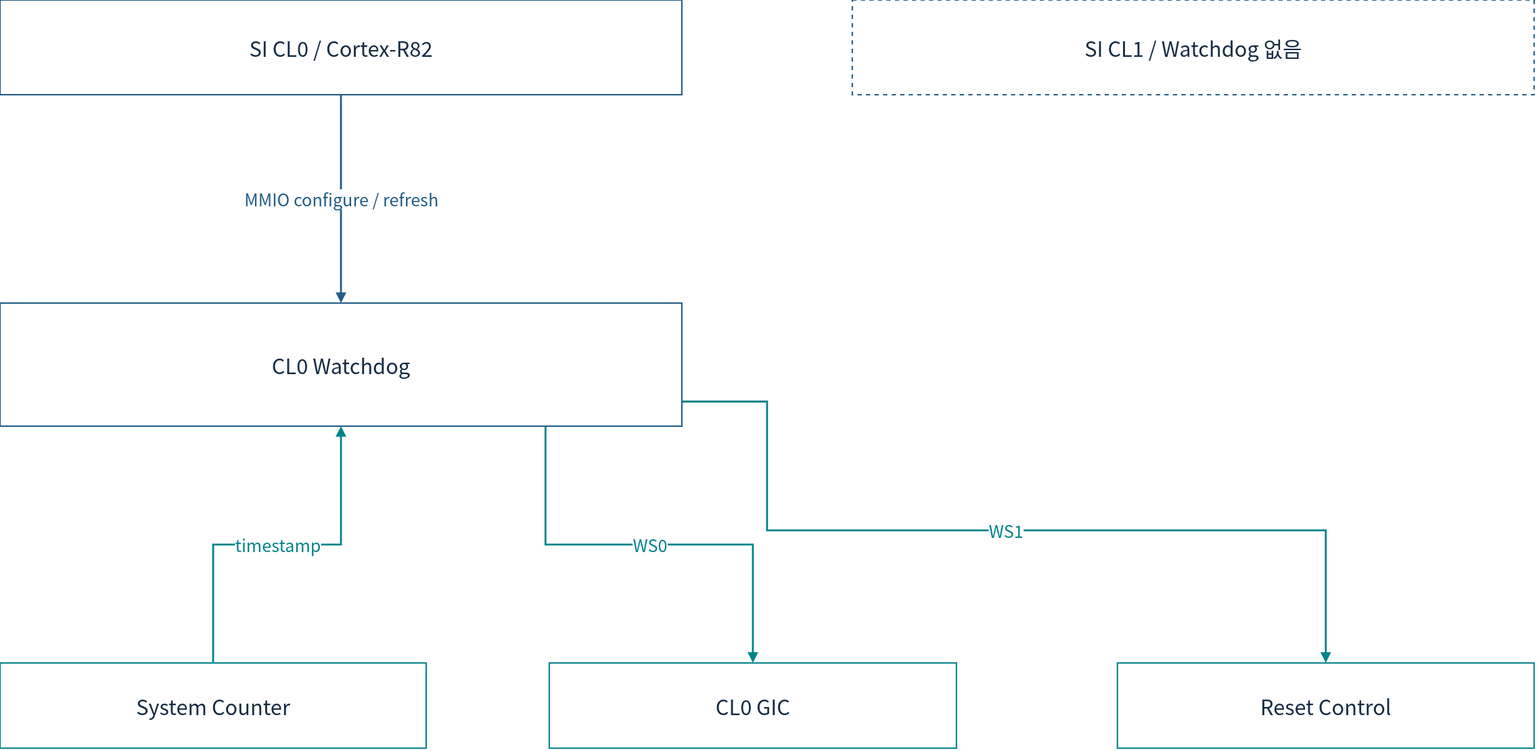
Above: doc/phase1/watchdog/diagrams/01b-si-hardware.drawio.svg in cometzero/project-apollo (draw.io), before the change. Source tidied: cells renumbered, new cells last; positions are measured from the earlier drawing's top-left corner, leaving out a move shared by most shapes.
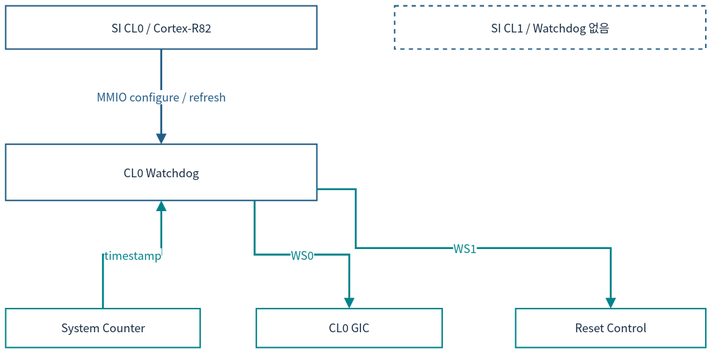
Above is the later version.

What changed in the source:
```diff
@@ -2,38 +2,38 @@
   <root>
     <mxCell id="0" />
     <mxCell id="1" parent="0" />
-    <mxCell id="2" value="SI CL0 / Cortex-R82" style="rounded=0;whiteSpace=wrap;html=1;fillColor=#FFFFFF;strokeColor=#235D86;strokeWidth=1.5;fontColor=#172C43;fontFamily=Noto Sans CJK KR;fontSize=22;spacing=10;" parent="1" vertex="1">
-      <mxGeometry width="720" height="100" as="geometry" />
+    <mxCell id="2" value="SI CL0 / Cortex-R82" style="rounded=0;whiteSpace=wrap;html=1;fillColor=#FFFFFF;strokeColor=#235D86;strokeWidth=1.5;fontColor=#172C43;fontFamily=Noto Sans CJK KR;fontSize=12;spacing=3;whiteSpace=wrap;" parent="1" vertex="1">
+      <mxGeometry x="-78" y="-148" width="328.9" height="45.7" as="geometry" />
     </mxCell>
-    <mxCell id="3" value="SI CL1 / Watchdog 없음" style="rounded=0;whiteSpace=wrap;html=1;fillColor=#FFFFFF;strokeColor=#235D86;strokeWidth=1.5;fontColor=#172C43;fontFamily=Noto Sans CJK KR;fontSize=22;spacing=10;dashed=1;" parent="1" vertex="1">
-      <mxGeometry x="900" width="720" height="100" as="geometry" />
+    <mxCell id="3" value="SI CL1 / Watchdog 없음" style="rounded=0;whiteSpace=wrap;html=1;fillColor=#FFFFFF;strokeColor=#235D86;strokeWidth=1.5;fontColor=#172C43;fontFamily=Noto Sans CJK KR;dashed=1;fontSize=12;spacing=3;whiteSpace=wrap;" parent="1" vertex="1">
+      <mxGeometry x="333.1" y="-148" width="328.9" height="45.7" as="geometry" />
     </mxCell>
-    <mxCell id="4" value="CL0 Watchdog" style="rounded=0;whiteSpace=wrap;html=1;fillColor=#FFFFFF;strokeColor=#235D86;strokeWidth=1.5;fontColor=#172C43;fontFamily=Noto Sans CJK KR;fontSize=22;spacing=10;" parent="1" vertex="1">
-      <mxGeometry y="320" width="720" height="130" as="geometry" />
+    <mxCell id="4" value="CL0 Watchdog" style="rounded=0;whiteSpace=wrap;html=1;fillColor=#FFFFFF;strokeColor=#235D86;strokeWidth=1.5;fontColor=#172C43;fontFamily=Noto Sans CJK KR;fontSize=12;spacing=3;whiteSpace=wrap;" parent="1" vertex="1">
+      <mxGeometry x="-78" y="-1.8" width="328.9" height="59.4" as="geometry" />
     </mxCell>
-    <mxCell id="5" value="System Counter" style="rounded=0;whiteSpace=wrap;html=1;fillColor=#FFFFFF;strokeColor=#00838A;strokeWidth=1.5;fontColor=#172C43;fontFamily=Noto Sans CJK KR;fontSize=22;spacing=10;" parent="1" vertex="1">
-      <mxGeometry y="700" width="450" height="90" as="geometry" />
+    <mxCell id="5" value="System Counter" style="rounded=0;whiteSpace=wrap;html=1;fillColor=#FFFFFF;strokeColor=#00838A;strokeWidth=1.5;fontColor=#172C43;fontFamily=Noto Sans CJK KR;fontSize=12;spacing=3;whiteSpace=wrap;" parent="1" vertex="1">
+      <mxGeometry x="-78" y="171.8" width="205.6" height="41.1" as="geometry" />
     </mxCell>
-    <mxCell id="6" value="CL0 GIC" style="rounded=0;whiteSpace=wrap;html=1;fillColor=#FFFFFF;strokeColor=#00838A;strokeWidth=1.5;fontColor=#172C43;fontFamily=Noto Sans CJK KR;fontSize=22;spacing=10;" parent="1" vertex="1">
-      <mxGeometry x="580" y="700" width="430" height="90" as="geometry" />
+    <mxCell id="6" value="CL0 GIC" style="rounded=0;whiteSpace=wrap;html=1;fillColor=#FFFFFF;strokeColor=#00838A;strokeWidth=1.5;fontColor=#172C43;fontFamily=Noto Sans CJK KR;fontSize=12;spacing=3;whiteSpace=wrap;" parent="1" vertex="1">
+      <mxGeometry x="186.9" y="171.8" width="196.4" height="41.1" as="geometry" />
     </mxCell>
-    <mxCell id="7" value="Reset Control" style="rounded=0;whiteSpace=wrap;html=1;fillColor=#FFFFFF;strokeColor=#00838A;strokeWidth=1.5;fontColor=#172C43;fontFamily=Noto Sans CJK KR;fontSize=22;spacing=10;" parent="1" vertex="1">
-      <mxGeometry x="1180" y="700" width="440" height="90" as="geometry" />
+    <mxCell id="7" value="Reset Control" style="rounded=0;whiteSpace=wrap;html=1;fillColor=#FFFFFF;strokeColor=#00838A;strokeWidth=1.5;fontColor=#172C43;fontFamily=Noto Sans CJK KR;fontSize=12;spacing=3;whiteSpace=wrap;" parent="1" vertex="1">
+      <mxGeometry x="461" y="171.8" width="201" height="41.1" as="geometry" />
     </mxCell>
-    <mxCell id="8" value="MMIO configure / refresh" style="edgeStyle=orthogonalEdgeStyle;rounded=0;html=1;endArrow=block;endFill=1;strokeWidth=2;strokeColor=#235D86;fontColor=#235D86;fontFamily=Noto Sans CJK KR;fontSize=18;labelBackgroundColor=#FFFFFF;" parent="1" edge="1" source="2" target="4">
+    <mxCell id="8" value="MMIO configure / refresh" style="edgeStyle=orthogonalEdgeStyle;rounded=0;html=1;endArrow=block;endFill=1;strokeWidth=2;strokeColor=#235D86;fontColor=#235D86;fontFamily=Noto Sans CJK KR;labelBackgroundColor=#FFFFFF;fontSize=12;spacing=3;whiteSpace=nowrap;" parent="1" edge="1" source="2" target="4">
       <mxGeometry relative="1" as="geometry" />
     </mxCell>
-    <mxCell id="9" value="timestamp" style="edgeStyle=orthogonalEdgeStyle;rounded=0;html=1;endArrow=block;endFill=1;strokeWidth=2;strokeColor=#00838A;fontColor=#00838A;fontFamily=Noto Sans CJK KR;fontSize=18;labelBackgroundColor=#FFFFFF;" parent="1" edge="1" source="5" target="4">
+    <mxCell id="9" value="timestamp" style="edgeStyle=orthogonalEdgeStyle;rounded=0;html=1;endArrow=block;endFill=1;strokeWidth=2;strokeColor=#00838A;fontColor=#00838A;fontFamily=Noto Sans CJK KR;labelBackgroundColor=#FFFFFF;fontSize=12;spacing=3;whiteSpace=nowrap;" parent="1" edge="1" source="5" target="4">
       <mxGeometry relative="1" as="geometry" />
     </mxCell>
-    <mxCell id="10" value="WS0" style="edgeStyle=orthogonalEdgeStyle;rounded=0;html=1;endArrow=block;endFill=1;strokeWidth=2;strokeColor=#00838A;fontColor=#00838A;fontFamily=Noto Sans CJK KR;fontSize=18;labelBackgroundColor=#FFFFFF;exitX=0.8;exitY=1;entryX=0.5;entryY=0;" parent="1" edge="1" source="4" target="6">
+    <mxCell id="10" value="WS0" style="edgeStyle=orthogonalEdgeStyle;rounded=0;html=1;endArrow=block;endFill=1;strokeWidth=2;strokeColor=#00838A;fontColor=#00838A;fontFamily=Noto Sans CJK KR;labelBackgroundColor=#FFFFFF;exitX=0.8;exitY=1;entryX=0.5;entryY=0;fontSize=12;spacing=3;whiteSpace=nowrap;" parent="1" edge="1" source="4" target="6">
       <mxGeometry relative="1" as="geometry" />
     </mxCell>
-    <mxCell id="11" value="WS1" style="edgeStyle=orthogonalEdgeStyle;rounded=0;html=1;endArrow=block;endFill=1;strokeWidth=2;strokeColor=#00838A;fontColor=#00838A;fontFamily=Noto Sans CJK KR;fontSize=18;labelBackgroundColor=#FFFFFF;exitX=1;exitY=0.8;entryX=0.5;entryY=0;" parent="1" edge="1" source="4" target="7">
+    <mxCell id="11" value="WS1" style="edgeStyle=orthogonalEdgeStyle;rounded=0;html=1;endArrow=block;endFill=1;strokeWidth=2;strokeColor=#00838A;fontColor=#00838A;fontFamily=Noto Sans CJK KR;labelBackgroundColor=#FFFFFF;exitX=1;exitY=0.8;entryX=0.5;entryY=0;fontSize=12;spacing=3;whiteSpace=nowrap;" parent="1" edge="1" source="4" target="7">
       <mxGeometry relative="1" as="geometry">
         <Array as="points">
-          <mxPoint x="810" y="560" />
-          <mxPoint x="1400" y="560" />
+          <mxPoint x="292" y="107.8" />
+          <mxPoint x="561.5" y="107.8" />
         </Array>
       </mxGeometry>
     </mxCell>
```
